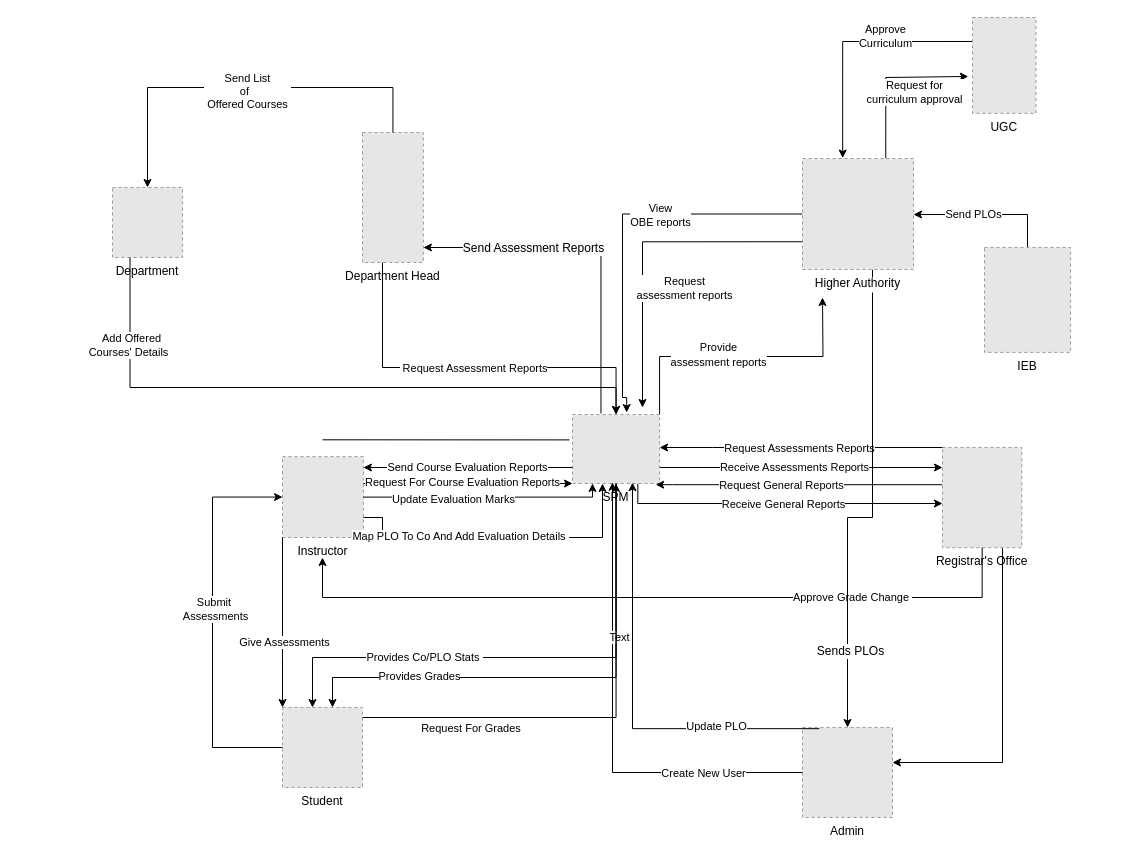
Before: Documentation/Rich_Picture_ASIS.drawio in injamam00155/CSE303-sec-04-Group-03, a draw.io diagram. Source tidied: cells renumbered, new cells numbered last; positions are measured from the earlier drawing's top-left corner, leaving out a move shared by most shapes. Both pictures are drawn from the tidied source at 100%, with x=0, y=0 at pixel (112, 17). Pictures stored in the file or linked from it are replaced by grey dashed boxes.
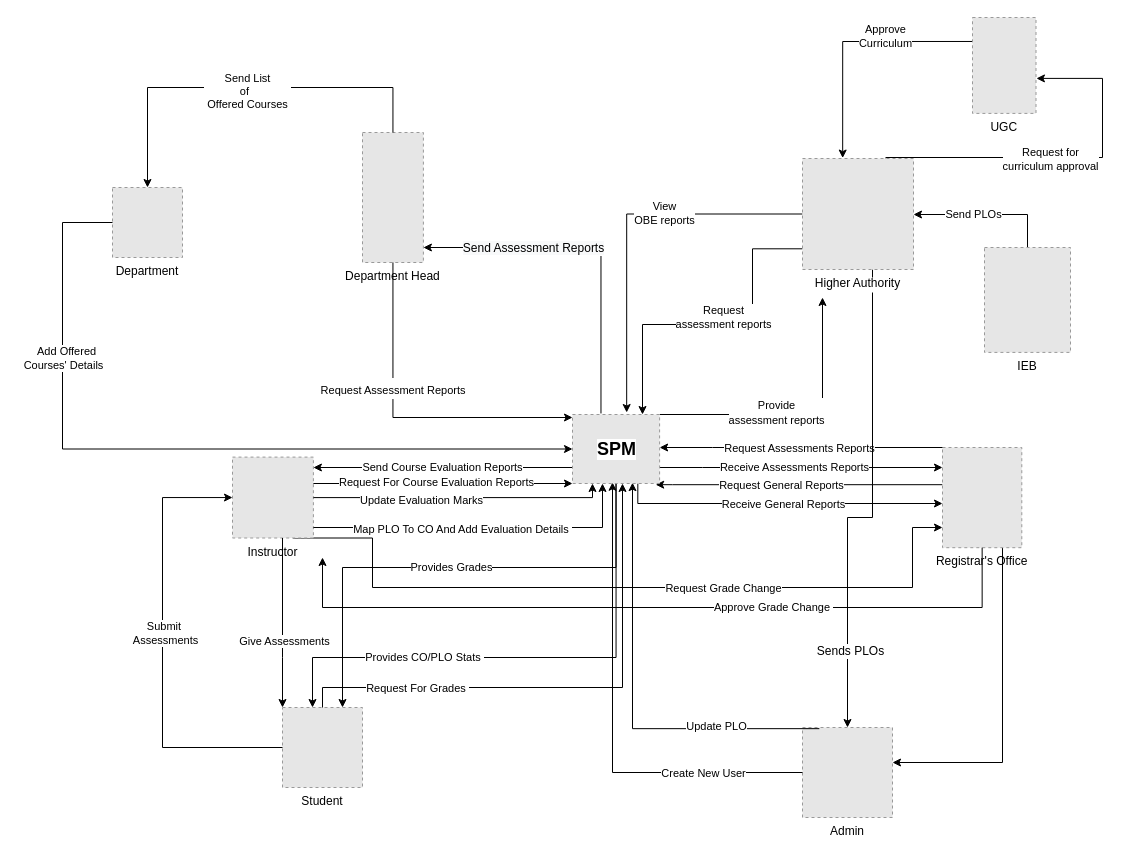
The same diagram, later.

The change refers to these unchanged cells:
```xml
<mxCell id="4" value="Department Head" style="fillColor=#E6E6E6;strokeColor=#999999;dashed=1;verticalLabelPosition=bottom;verticalAlign=top;" parent="1" vertex="1">
  <mxGeometry x="250" y="115" width="60.9" height="130" as="geometry" />
</mxCell>
<mxCell id="14" value="Registrar's Office" style="fillColor=#E6E6E6;strokeColor=#999999;dashed=1;verticalLabelPosition=bottom;verticalAlign=top;" parent="1" vertex="1">
  <mxGeometry x="830" y="430" width="79.3" height="100.2" as="geometry" />
</mxCell>
<mxCell id="25" value="Department" style="fillColor=#E6E6E6;strokeColor=#999999;dashed=1;verticalLabelPosition=bottom;verticalAlign=top;" parent="1" vertex="1">
  <mxGeometry y="170" width="70" height="70" as="geometry" />
</mxCell>
<mxCell id="26" value="Student" style="fillColor=#E6E6E6;strokeColor=#999999;dashed=1;verticalLabelPosition=bottom;verticalAlign=top;" parent="1" vertex="1">
  <mxGeometry x="170" y="690" width="80" height="80" as="geometry" />
</mxCell>
<mxCell id="45" style="edgeStyle=elbowEdgeStyle;elbow=vertical;endArrow=classic;html=1;rounded=0;" parent="1" edge="1" source="9" target="26">
  <mxGeometry relative="1" as="geometry">
    <Array as="points">
      <mxPoint x="200" y="640" />
      <mxPoint x="350" y="640" />
    </Array>
  </mxGeometry>
</mxCell>
<mxCell id="62" value="Higher Authority" style="fillColor=#E6E6E6;strokeColor=#999999;dashed=1;verticalLabelPosition=bottom;labelBackgroundColor=default;verticalAlign=top;" parent="1" vertex="1">
  <mxGeometry x="690" y="141" width="111" height="111" as="geometry" />
</mxCell>
<mxCell id="65" value="UGC" style="fillColor=#E6E6E6;strokeColor=#999999;dashed=1;verticalLabelPosition=bottom;labelBackgroundColor=default;verticalAlign=top;" parent="1" vertex="1">
  <mxGeometry x="860" width="63.5" height="95.9" as="geometry" />
</mxCell>
```

The edit, as a diff of the source:
```diff
@@
     <mxCell id="7" style="edgeStyle=orthogonalEdgeStyle;rounded=0;jettySize=auto;html=1;exitX=1;exitY=0;exitDx=0;exitDy=0;fontSize=12;fontColor=#000000;" parent="1" edge="1" source="9">
       <mxGeometry relative="1" as="geometry">
         <mxPoint x="710" y="280" as="targetPoint" />
+        <Array as="points">
+          <mxPoint x="710" y="397" />
+        </Array>
       </mxGeometry>
     </mxCell>
@@
-    <mxCell id="9" value="SPM" style="fillColor=#E6E6E6;strokeColor=#999999;dashed=1;verticalLabelPosition=bottom;verticalAlign=top;" parent="1" vertex="1">
-      <mxGeometry x="460" y="397" width="87.1" height="69" as="geometry" />
-    </mxCell>
-    <mxCell id="10" style="endArrow=none;html=1;rounded=0;" parent="1" edge="1">
-      <mxGeometry relative="1" as="geometry">
-        <mxPoint x="210" y="422.3" as="sourcePoint" />
-        <mxPoint x="457" y="422.4" as="targetPoint" />
-      </mxGeometry>
-    </mxCell>
@@
+    <mxCell id="69" style="edgeStyle=orthogonalEdgeStyle;rounded=0;jettySize=auto;html=1;exitX=0.75;exitY=1;exitDx=0;exitDy=0;" parent="1" edge="1" source="24" target="14">
+      <mxGeometry relative="1" as="geometry">
+        <Array as="points">
+          <mxPoint x="260" y="521" />
+          <mxPoint x="260" y="570" />
+          <mxPoint x="800" y="570" />
+          <mxPoint x="800" y="510" />
+        </Array>
+      </mxGeometry>
+    </mxCell>
+    <mxCell id="70" value="Request Grade Change" style="edgeLabel;html=1;align=center;verticalAlign=middle;" parent="69" vertex="1">
+      <mxGeometry x="0.06" relative="1" as="geometry">
+        <mxPoint x="77" as="offset" />
+      </mxGeometry>
+    </mxCell>
     <mxCell id="24" value="Instructor" style="fillColor=#E6E6E6;strokeColor=#999999;dashed=1;verticalLabelPosition=bottom;verticalAlign=top;" parent="1" vertex="1">
-      <mxGeometry x="170" y="439.1" width="80.9" height="80.9" as="geometry" />
+      <mxGeometry x="120" y="439.6" width="80.9" height="80.9" as="geometry" />
     </mxCell>
@@
     <mxCell id="27" style="edgeStyle=elbowEdgeStyle;elbow=vertical;endArrow=classic;html=1;rounded=0;" parent="1" edge="1" source="4" target="9">
       <mxGeometry relative="1" as="geometry">
         <Array as="points">
+          <mxPoint x="440" y="400" />
           <mxPoint x="270" y="350" />
           <mxPoint x="240" y="270" />
           <mxPoint x="410" y="400" />
           <mxPoint x="230" y="390" />
           <mxPoint x="230" y="300" />
           <mxPoint x="480" y="330" />
           <mxPoint x="430" y="300" />
           <mxPoint x="280" y="270" />
           <mxPoint x="400" y="220" />
         </Array>
       </mxGeometry>
     </mxCell>
-    <mxCell id="28" value="&amp;nbsp;Request Assessment&amp;nbsp;Reports" style="edgeLabel;html=1;align=center;verticalAlign=middle;" parent="27" vertex="1">
-      <mxGeometry x="-0.45" y="-1" relative="1" as="geometry">
-        <mxPoint x="89" y="-1" as="offset" />
-      </mxGeometry>
+    <mxCell id="28" value="&lt;span style=&quot;font-size: 11px;&quot;&gt;&amp;nbsp;Request Assessment&amp;nbsp;Reports&lt;/span&gt;" style="edgeLabel;html=1;align=center;verticalAlign=middle;fontSize=18;fontColor=default;" parent="27" vertex="1">
+      <mxGeometry x="-0.25" y="-2" relative="1" as="geometry" />
     </mxCell>
@@
-    <mxCell id="34" style="edgeStyle=elbowEdgeStyle;elbow=vertical;endArrow=classic;html=1;rounded=0;exitX=0.25;exitY=1;exitDx=0;exitDy=0;" parent="1" edge="1" source="25" target="9">
+    <mxCell id="34" style="edgeStyle=elbowEdgeStyle;elbow=vertical;endArrow=classic;html=1;rounded=0;exitX=0;exitY=0.5;exitDx=0;exitDy=0;" parent="1" edge="1" source="25" target="9">
       <mxGeometry relative="1" as="geometry">
         <Array as="points">
+          <mxPoint x="-50" y="280" />
           <mxPoint x="330" y="370" />
           <mxPoint x="320" y="350" />
           <mxPoint x="470" y="380" />
           <mxPoint x="490" y="390" />
           <mxPoint x="500" y="380" />
           <mxPoint x="510" y="370" />
           <mxPoint x="120" y="330" />
           <mxPoint x="80" y="290" />
         </Array>
       </mxGeometry>
     </mxCell>
     <mxCell id="35" value="&amp;nbsp; &amp;nbsp;Add Offered&amp;nbsp;&lt;br&gt;&amp;nbsp; Courses' Details&amp;nbsp;&amp;nbsp;" style="edgeLabel;html=1;align=center;verticalAlign=middle;" parent="34" vertex="1">
-      <mxGeometry x="-0.73" y="-2" relative="1" as="geometry" />
+      <mxGeometry x="-0.73" y="-2" relative="1" as="geometry">
+        <mxPoint x="2" y="79" as="offset" />
+      </mxGeometry>
     </mxCell>
@@
     <mxCell id="38" style="edgeStyle=segmentEdgeStyle;endArrow=classic;html=1;rounded=0;" parent="1" edge="1" source="24" target="9">
       <mxGeometry relative="1" as="geometry">
         <Array as="points">
-          <mxPoint x="270" y="500" />
-          <mxPoint x="270" y="520" />
-          <mxPoint x="490" y="520" />
+          <mxPoint x="490" y="510" />
         </Array>
       </mxGeometry>
     </mxCell>
-    <mxCell id="39" value="Map PLO To Co And Add Evaluation Details&amp;nbsp;" style="edgeLabel;html=1;align=center;verticalAlign=middle;" parent="38" vertex="1">
-      <mxGeometry x="-0.25" y="2" relative="1" as="geometry" />
+    <mxCell id="39" value="Map PLO To CO And Add Evaluation Details&amp;nbsp;" style="edgeLabel;html=1;align=center;verticalAlign=middle;" parent="38" vertex="1">
+      <mxGeometry x="-0.25" y="2" relative="1" as="geometry">
+        <mxPoint x="24" y="3" as="offset" />
+      </mxGeometry>
     </mxCell>
     <mxCell id="40" style="edgeStyle=elbowEdgeStyle;elbow=horizontal;endArrow=classic;html=1;rounded=0;" parent="1" edge="1" source="26" target="24">
       <mxGeometry relative="1" as="geometry">
         <Array as="points">
+          <mxPoint x="50" y="560" />
           <mxPoint x="100" y="580" />
           <mxPoint x="120" y="650" />
           <mxPoint x="130" y="630" />
         </Array>
       </mxGeometry>
     </mxCell>
@@
-    <mxCell id="46" value="Text" style="edgeLabel;html=1;align=center;verticalAlign=middle;" parent="45" vertex="1">
-      <mxGeometry x="-0.42" y="3" relative="1" as="geometry" />
-    </mxCell>
-    <mxCell id="47" value="Provides Co/PLO Stats&amp;nbsp;" style="edgeLabel;html=1;align=center;verticalAlign=middle;" parent="45" vertex="1">
+    <mxCell id="47" value="Provides CO/PLO Stats&amp;nbsp;" style="edgeLabel;html=1;align=center;verticalAlign=middle;" parent="45" vertex="1">
       <mxGeometry x="0.39" y="-1" relative="1" as="geometry">
         <mxPoint x="1" as="offset" />
       </mxGeometry>
     </mxCell>
-    <mxCell id="48" style="edgeStyle=elbowEdgeStyle;elbow=vertical;endArrow=classic;html=1;rounded=0;" parent="1" edge="1" source="9" target="26">
+    <mxCell id="48" style="edgeStyle=elbowEdgeStyle;elbow=vertical;endArrow=classic;html=1;rounded=0;entryX=0.75;entryY=0;entryDx=0;entryDy=0;" parent="1" edge="1" target="26">
       <mxGeometry relative="1" as="geometry">
+        <mxPoint x="503.5" y="466.1" as="sourcePoint" />
         <Array as="points">
+          <mxPoint x="370" y="550" />
+          <mxPoint x="490" y="560" />
+          <mxPoint x="230" y="610" />
+          <mxPoint x="490" y="580" />
           <mxPoint x="220" y="660" />
           <mxPoint x="230" y="660" />
           <mxPoint x="260" y="650" />
           <mxPoint x="280.4" y="650" />
         </Array>
       </mxGeometry>
     </mxCell>
     <mxCell id="49" value="Provides Grades" style="edgeLabel;html=1;align=center;verticalAlign=middle;" parent="48" vertex="1">
-      <mxGeometry x="0.54" y="-2" relative="1" as="geometry" />
+      <mxGeometry y="-1" relative="1" as="geometry" />
     </mxCell>
     <mxCell id="50" style="edgeStyle=elbowEdgeStyle;elbow=vertical;endArrow=classic;html=1;rounded=0;" parent="1" edge="1" source="26" target="9">
       <mxGeometry relative="1" as="geometry">
         <Array as="points">
+          <mxPoint x="510" y="670" />
           <mxPoint x="300.9" y="700" />
         </Array>
       </mxGeometry>
     </mxCell>
     <mxCell id="51" value="Request For Grades&amp;nbsp;" style="edgeLabel;html=1;align=center;verticalAlign=middle;" parent="50" vertex="1">
       <mxGeometry x="-0.75" y="-2" relative="1" as="geometry">
-        <mxPoint x="48" y="8" as="offset" />
+        <mxPoint x="48" y="-2" as="offset" />
       </mxGeometry>
     </mxCell>
     <mxCell id="52" style="edgeStyle=elbowEdgeStyle;elbow=vertical;endArrow=classic;html=1;rounded=0;" parent="1" edge="1" source="14">
       <mxGeometry relative="1" as="geometry">
         <mxPoint x="210" y="540" as="targetPoint" />
         <Array as="points">
+          <mxPoint x="240" y="590" />
           <mxPoint x="820" y="580" />
           <mxPoint x="500" y="570" />
           <mxPoint x="790" y="570" />
           <mxPoint x="540" y="570" />
           <mxPoint x="320" y="600" />
         </Array>
       </mxGeometry>
     </mxCell>
     <mxCell id="53" value="Approve Grade Change&amp;nbsp;" style="edgeLabel;html=1;align=center;verticalAlign=middle;" parent="52" vertex="1">
-      <mxGeometry x="-0.52" y="-1" relative="1" as="geometry" />
+      <mxGeometry x="-0.52" y="-1" relative="1" as="geometry">
+        <mxPoint x="-84" as="offset" />
+      </mxGeometry>
     </mxCell>
     <mxCell id="54" style="edgeStyle=orthogonalEdgeStyle;rounded=0;jettySize=auto;html=1;exitX=0;exitY=0.5;exitDx=0;exitDy=0;entryX=0.622;entryY=-0.029;entryDx=0;entryDy=0;entryPerimeter=0;" parent="1" edge="1" source="62" target="9">
       <mxGeometry relative="1" as="geometry">
         <Array as="points">
-          <mxPoint x="510" y="197" />
-          <mxPoint x="510" y="380" />
-          <mxPoint x="514" y="380" />
+          <mxPoint x="514" y="197" />
         </Array>
       </mxGeometry>
     </mxCell>
@@
-    <mxCell id="56" style="edgeStyle=orthogonalEdgeStyle;rounded=0;jettySize=auto;html=1;exitX=0;exitY=0.75;exitDx=0;exitDy=0;" parent="1" edge="1" source="62">
+    <mxCell id="56" style="edgeStyle=orthogonalEdgeStyle;rounded=0;orthogonalLoop=1;jettySize=auto;html=1;exitX=0;exitY=0.75;exitDx=0;exitDy=0;" parent="1" edge="1">
       <mxGeometry relative="1" as="geometry">
-        <mxPoint x="530" y="390" as="targetPoint" />
+        <mxPoint x="690" y="231.3" as="sourcePoint" />
+        <mxPoint x="530" y="397" as="targetPoint" />
         <Array as="points">
-          <mxPoint x="530" y="224" />
+          <mxPoint x="640" y="231" />
+          <mxPoint x="640" y="307" />
+          <mxPoint x="530" y="307" />
         </Array>
       </mxGeometry>
     </mxCell>
     <mxCell id="57" value="Request&lt;br&gt;assessment reports" style="edgeLabel;html=1;align=center;verticalAlign=middle;" parent="56" vertex="1">
       <mxGeometry x="-0.63" y="1" relative="1" as="geometry">
-        <mxPoint x="-59" y="45" as="offset" />
+        <mxPoint x="-31" y="58" as="offset" />
       </mxGeometry>
     </mxCell>
-    <mxCell id="58" style="edgeStyle=orthogonalEdgeStyle;rounded=0;jettySize=auto;html=1;exitX=0.75;exitY=0;exitDx=0;exitDy=0;entryX=-0.066;entryY=0.615;entryDx=0;entryDy=0;entryPerimeter=0;" parent="1" edge="1" source="62" target="65">
+    <mxCell id="58" style="edgeStyle=orthogonalEdgeStyle;rounded=0;jettySize=auto;html=1;exitX=0.75;exitY=0;exitDx=0;exitDy=0;entryX=1.007;entryY=0.635;entryDx=0;entryDy=0;entryPerimeter=0;" parent="1" edge="1" source="62" target="65">
       <mxGeometry relative="1" as="geometry">
         <Array as="points">
-          <mxPoint x="773" y="60" />
+          <mxPoint x="990" y="140" />
+          <mxPoint x="990" y="61" />
         </Array>
       </mxGeometry>
     </mxCell>
     <mxCell id="59" value="Request for&lt;br&gt;curriculum approval" style="edgeLabel;html=1;align=center;verticalAlign=middle;" parent="58" vertex="1">
       <mxGeometry x="-0.26" y="3" relative="1" as="geometry">
-        <mxPoint x="31" y="-5" as="offset" />
+        <mxPoint x="31" y="4" as="offset" />
       </mxGeometry>
     </mxCell>
@@
+    <mxCell id="71" style="group;" parent="1" vertex="1">
+      <mxGeometry x="460" y="397" width="87.1" height="69" as="geometry" />
+    </mxCell>
+    <mxCell id="9" style="fillColor=#E6E6E6;strokeColor=#999999;dashed=1;verticalLabelPosition=bottom;verticalAlign=top;" parent="71" vertex="1">
+      <mxGeometry width="87.1" height="69" as="geometry" />
+    </mxCell>
+    <mxCell id="72" value="SPM" style="text;html=1;align=center;verticalAlign=middle;strokeColor=none;fillColor=none;strokeWidth=1;fontSize=18;fontStyle=1;labelBackgroundColor=default;labelBorderColor=none;fontColor=default;" parent="71" vertex="1">
+      <mxGeometry x="13.5" y="14.5" width="60" height="40" as="geometry" />
+    </mxCell>
```
